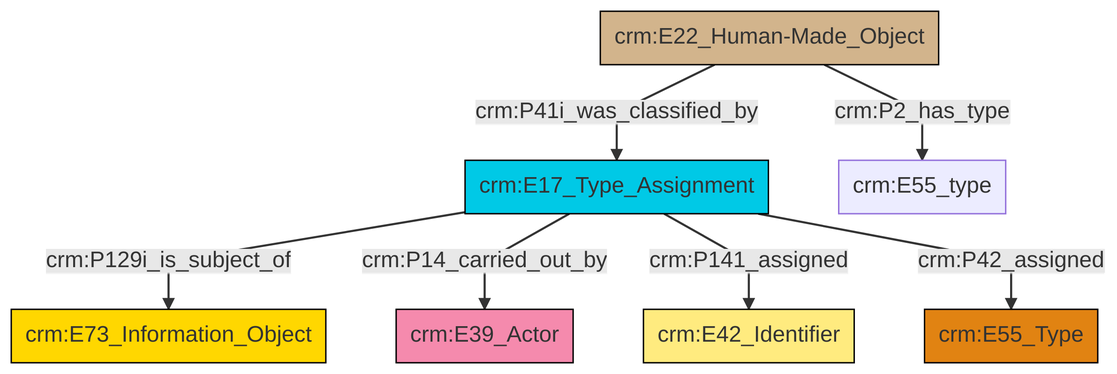
Above: et/builtWorkCSV/ttl/mmd/png/Built_Work_designation_status.png in swiss-art-research-net/docs.swissartresearch (Mermaid), before the change. Its source is kept beside it as et/builtWorkCSV/ttl/mmd/Built_Work_designation_status.ttl.mmd.
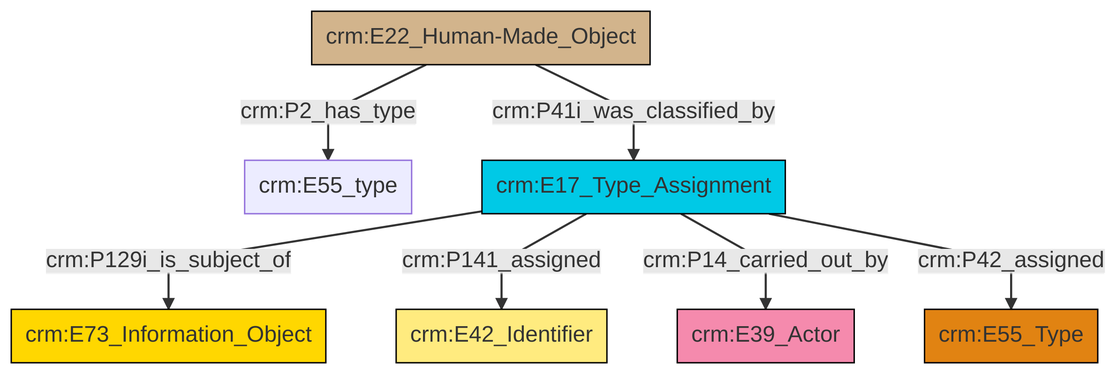
After the commit.

The edit, as a diff of the source:
```diff
@@ -13,9 +13,9 @@
 classDef PC_Classes fill:#4ce600, stroke:#000000;
 classDef Multi fill:#cccccc,stroke:#000000;
 
-2["crm:E17_Type_Assignment"]:::Temporal_Entity -->|crm:P129i_is_subject_of| 3["crm:E73_Information_Object"]:::Conceptual_Object
-2["crm:E17_Type_Assignment"]:::Temporal_Entity -->|crm:P14_carried_out_by| 5["crm:E39_Actor"]:::Actor
-0["crm:E22_Human-Made_Object"]:::Physical_Thing -->|crm:P41i_was_classified_by| 2["crm:E17_Type_Assignment"]:::Temporal_Entity
-0["crm:E22_Human-Made_Object"]:::Physical_Thing -->|crm:P2_has_type| 7["crm:E55_type"]:::Default
-2["crm:E17_Type_Assignment"]:::Temporal_Entity -->|crm:P141_assigned| 11["crm:E42_Identifier"]:::Appellation
-2["crm:E17_Type_Assignment"]:::Temporal_Entity -->|crm:P42_assigned| 9["crm:E55_Type"]:::Type
+0["crm:E22_Human-Made_Object"]:::Physical_Thing -->|crm:P2_has_type| 1["crm:E55_type"]:::Default
+4["crm:E17_Type_Assignment"]:::Temporal_Entity -->|crm:P129i_is_subject_of| 5["crm:E73_Information_Object"]:::Conceptual_Object
+4["crm:E17_Type_Assignment"]:::Temporal_Entity -->|crm:P141_assigned| 12["crm:E42_Identifier"]:::Appellation
+4["crm:E17_Type_Assignment"]:::Temporal_Entity -->|crm:P14_carried_out_by| 2["crm:E39_Actor"]:::Actor
+4["crm:E17_Type_Assignment"]:::Temporal_Entity -->|crm:P42_assigned| 6["crm:E55_Type"]:::Type
+0["crm:E22_Human-Made_Object"]:::Physical_Thing -->|crm:P41i_was_classified_by| 4["crm:E17_Type_Assignment"]:::Temporal_Entity
```
